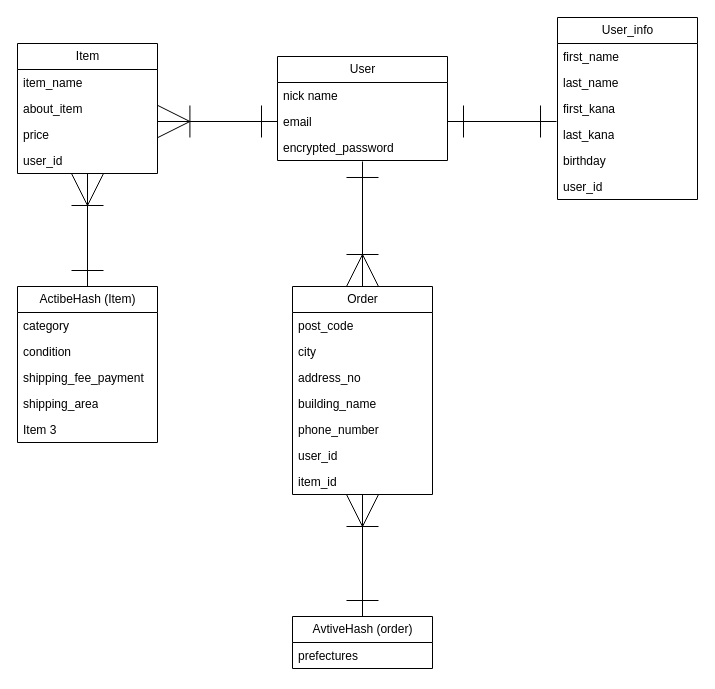
saggeru/furima-40213 keeps this draw.io diagram as Furima.dio. Above is the earlier version. Source tidied: cells renumbered, new cells numbered last; positions are measured from the earlier drawing's top-left corner, leaving out a move shared by most shapes. Both pictures are drawn from the tidied source at 100%, with x=0, y=0 at pixel (17, 17).
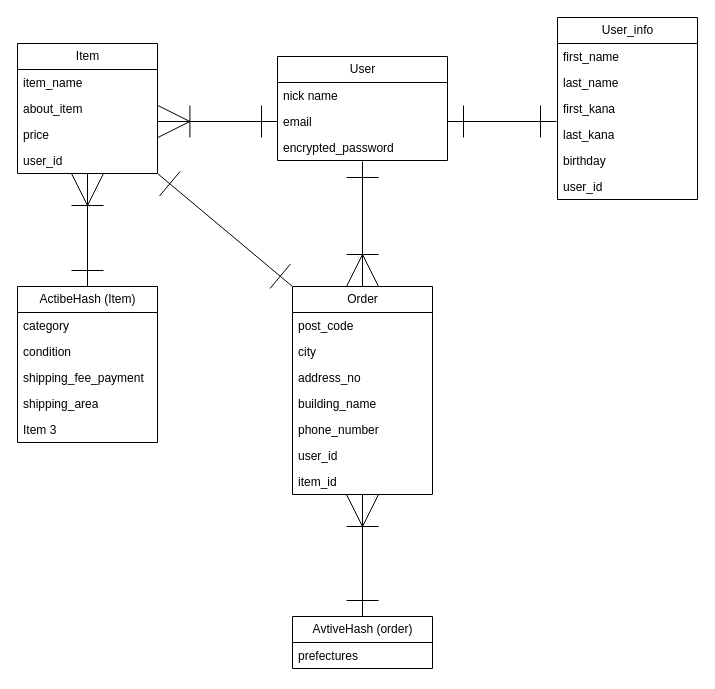
The same diagram, later.

The change refers to these unchanged cells:
```xml
<mxCell id="13" value="Item" style="swimlane;fontStyle=0;horizontal=1;startSize=26;fillColor=none;html=1;labelBorderColor=none;" parent="1" vertex="1">
  <mxGeometry y="26" width="140" height="130" as="geometry" />
</mxCell>
<mxCell id="26" value="Order" style="swimlane;fontStyle=0;horizontal=1;startSize=26;fillColor=none;html=1;labelBorderColor=none;" parent="1" vertex="1">
  <mxGeometry x="275" y="269" width="140" height="208" as="geometry" />
</mxCell>
```

What changed in the source:
```diff
@@
+    <mxCell id="39" style="edgeStyle=none;hachureGap=4;html=1;entryX=0;entryY=0;entryDx=0;entryDy=0;fontFamily=Architects Daughter;fontSize=16;endArrow=ERone;endFill=0;startArrow=ERone;startFill=0;endSize=30;startSize=30;exitX=1;exitY=1;exitDx=0;exitDy=0;" parent="1" edge="1" source="13" target="26">
+      <mxGeometry relative="1" as="geometry" />
+    </mxCell>
```
